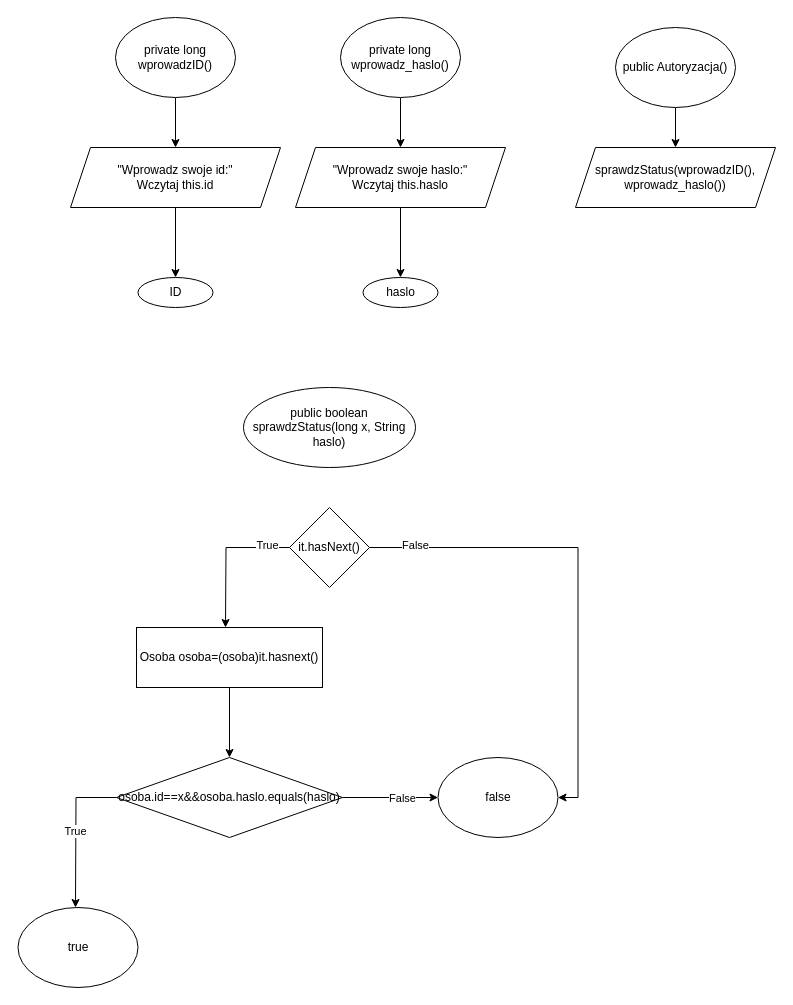
Before: page "Autoryzacja" (3 of 10) of Untitled Diagram.drawio in szarl/Projekt-Programowanie-Obiektowe, a draw.io diagram. Source tidied: cells renumbered, new cells numbered last; positions are measured from the earlier drawing's top-left corner, leaving out a move shared by most shapes. Both pictures are drawn from the tidied source at 100%, with x=0, y=0 at pixel (17, 17).
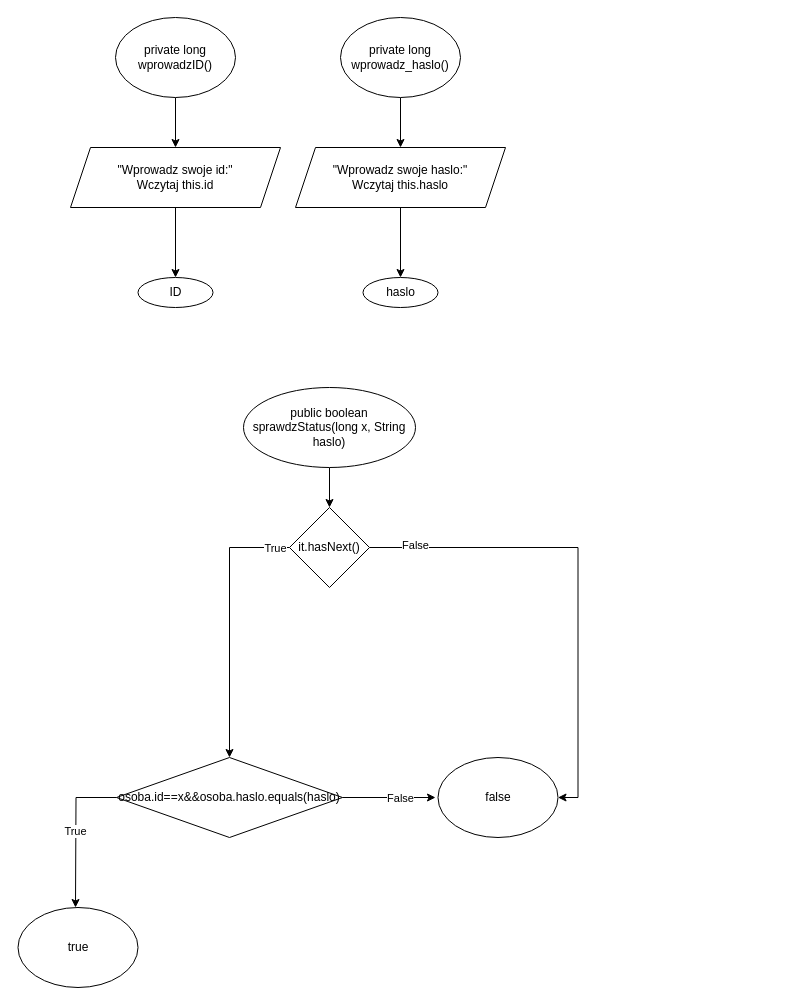
Above is the later version.

Unchanged cells that the change refers to:
```xml
<mxCell id="12" value="public boolean sprawdzStatus(long x, String haslo)" style="ellipse;whiteSpace=wrap;html=1;" parent="1" vertex="1">
  <mxGeometry x="226" y="370" width="172" height="80" as="geometry" />
</mxCell>
<mxCell id="17" value="it.hasNext()" style="rhombus;whiteSpace=wrap;html=1;" parent="1" vertex="1">
  <mxGeometry x="272" y="490" width="80" height="80" as="geometry" />
</mxCell>
<mxCell id="23" value="osoba.id==x&amp;amp;&amp;amp;osoba.haslo.equals(haslo)" style="rhombus;whiteSpace=wrap;html=1;" parent="1" vertex="1">
  <mxGeometry x="99" y="740" width="226" height="80" as="geometry" />
</mxCell>
<mxCell id="25" value="false" style="ellipse;whiteSpace=wrap;html=1;" parent="1" vertex="1">
  <mxGeometry x="420.5" y="740" width="120" height="80" as="geometry" />
</mxCell>
```

Diff of the diagram source:
```diff
@@
+    <mxCell id="29" style="edgeStyle=orthogonalEdgeStyle;rounded=0;jettySize=auto;html=1;exitX=0.5;exitY=1;exitDx=0;exitDy=0;" parent="1" edge="1" source="12" target="17">
+      <mxGeometry relative="1" as="geometry" />
+    </mxCell>
@@
-    <mxCell id="13" style="edgeStyle=orthogonalEdgeStyle;rounded=0;jettySize=auto;html=1;" parent="1" edge="1" source="17">
-      <mxGeometry relative="1" as="geometry">
-        <mxPoint x="208" y="610" as="targetPoint" />
-      </mxGeometry>
-    </mxCell>
-    <mxCell id="14" value="True" style="edgeLabel;html=1;align=center;verticalAlign=middle;" parent="13" vertex="1">
-      <mxGeometry x="-0.68" y="-3" relative="1" as="geometry" />
-    </mxCell>
@@
+    <mxCell id="30" style="edgeStyle=orthogonalEdgeStyle;rounded=0;jettySize=auto;html=1;entryX=0.5;entryY=0;entryDx=0;entryDy=0;exitX=0;exitY=0.5;exitDx=0;exitDy=0;" parent="1" edge="1" source="17" target="23">
+      <mxGeometry relative="1" as="geometry">
+        <Array as="points">
+          <mxPoint x="212" y="530" />
+        </Array>
+      </mxGeometry>
+    </mxCell>
+    <mxCell id="14" value="True" style="edgeLabel;html=1;align=center;verticalAlign=middle;" parent="30" vertex="1">
+      <mxGeometry x="-0.89" y="2" relative="1" as="geometry">
+        <mxPoint y="-2" as="offset" />
+      </mxGeometry>
+    </mxCell>
@@
-    <mxCell id="18" style="edgeStyle=orthogonalEdgeStyle;rounded=0;jettySize=auto;html=1;entryX=0.5;entryY=0;entryDx=0;entryDy=0;" parent="1" edge="1" source="19" target="23">
-      <mxGeometry relative="1" as="geometry" />
-    </mxCell>
-    <mxCell id="19" value="Osoba osoba=(osoba)it.hasnext()" style="rounded=0;whiteSpace=wrap;html=1;" parent="1" vertex="1">
-      <mxGeometry x="119" y="610" width="186" height="60" as="geometry" />
-    </mxCell>
@@
-    <mxCell id="21" style="edgeStyle=orthogonalEdgeStyle;rounded=0;jettySize=auto;html=1;entryX=0;entryY=0.5;entryDx=0;entryDy=0;exitX=1;exitY=0.5;exitDx=0;exitDy=0;" parent="1" edge="1" source="23" target="25">
-      <mxGeometry relative="1" as="geometry" />
+    <mxCell id="21" style="edgeStyle=orthogonalEdgeStyle;rounded=0;jettySize=auto;html=1;exitX=1;exitY=0.5;exitDx=0;exitDy=0;" parent="1" edge="1" source="23">
+      <mxGeometry relative="1" as="geometry">
+        <mxPoint x="418" y="780" as="targetPoint" />
+      </mxGeometry>
     </mxCell>
@@
-    <mxCell id="26" style="edgeStyle=orthogonalEdgeStyle;rounded=0;jettySize=auto;html=1;entryX=0.5;entryY=0;entryDx=0;entryDy=0;" parent="1" edge="1" source="27" target="28">
-      <mxGeometry relative="1" as="geometry" />
-    </mxCell>
-    <mxCell id="27" value="public Autoryzacja()" style="ellipse;whiteSpace=wrap;html=1;" parent="1" vertex="1">
-      <mxGeometry x="598" y="10" width="120" height="80" as="geometry" />
-    </mxCell>
-    <mxCell id="28" value="sprawdzStatus(wprowadzID(), wprowadz_haslo())" style="shape=parallelogram;perimeter=parallelogramPerimeter;whiteSpace=wrap;html=1;fixedSize=1;" parent="1" vertex="1">
-      <mxGeometry x="558" y="130" width="200" height="60" as="geometry" />
-    </mxCell>
```
